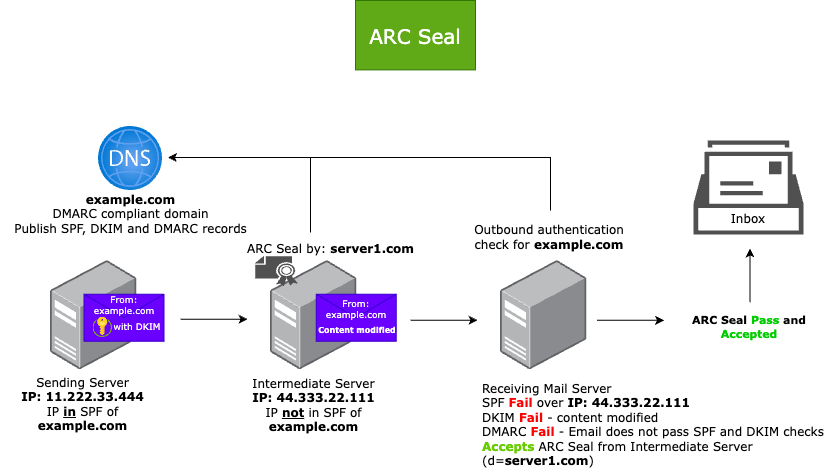
Before: docs/images/arc-explained/arc-visual.png, a diagram exported from draw.io (vand3rlinden/vand3rlinden.github.io). Source tidied: cells renumbered, new cells last; positions are measured from the earlier drawing's top-left corner, leaving out a move shared by most shapes.
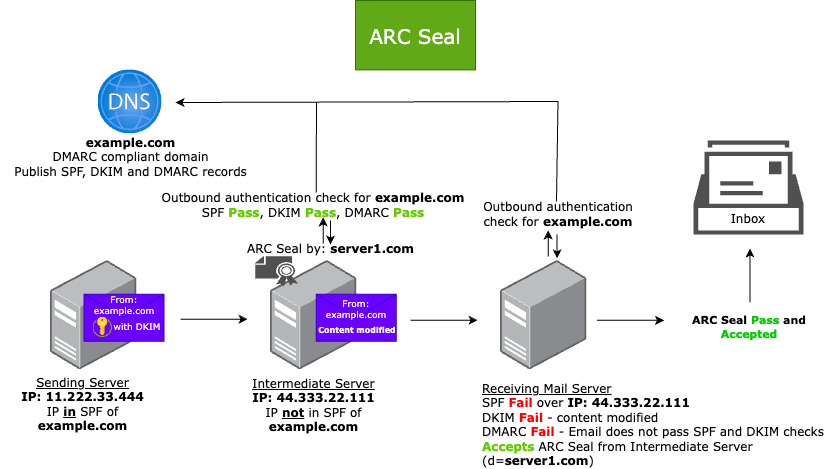
The same file after the commit.

Diff of the diagram source:
```diff
@@ -5,7 +5,7 @@
     <mxCell id="2" value="ARC Seal" style="text;html=1;align=center;verticalAlign=middle;whiteSpace=wrap;rounded=0;fillColor=#60a917;strokeColor=#2D7600;fontColor=#ffffff;fontFamily=Verdana;fontSize=20;" parent="1" vertex="1">
       <mxGeometry x="355" width="120" height="69.4" as="geometry" />
     </mxCell>
-    <mxCell id="3" value="Sending Server &lt;br&gt;&lt;b&gt;IP: 11.222.33.444&lt;/b&gt;&lt;div&gt;IP &lt;b&gt;&lt;u&gt;in&lt;/u&gt;&lt;/b&gt;&amp;nbsp;SPF of &lt;b&gt;example.com&lt;/b&gt;&lt;/div&gt;" style="text;html=1;align=center;verticalAlign=middle;whiteSpace=wrap;rounded=0;fontFamily=Verdana;" parent="1" vertex="1">
+    <mxCell id="3" value="&lt;u&gt;Sending Server &lt;/u&gt;&lt;br&gt;&lt;b&gt;IP: 11.222.33.444&lt;/b&gt;&lt;div&gt;IP &lt;b&gt;&lt;u&gt;in&lt;/u&gt;&lt;/b&gt;&amp;nbsp;SPF of &lt;b&gt;example.com&lt;/b&gt;&lt;/div&gt;" style="text;html=1;align=center;verticalAlign=middle;whiteSpace=wrap;rounded=0;fontFamily=Verdana;" parent="1" vertex="1">
       <mxGeometry x="-0.5" y="389" width="165" height="30" as="geometry" />
     </mxCell>
     <mxCell id="4" style="endArrow=classic;html=1;rounded=0;" parent="1" edge="1">
@@ -20,16 +20,16 @@
     <mxCell id="6" style="image;html=1;align=center;shadow=0;dashed=0;image=img/lib/allied_telesis/computer_and_terminals/Server_Desktop.svg;" parent="1" vertex="1">
       <mxGeometry x="270" y="260" width="86.3" height="109.4" as="geometry" />
     </mxCell>
-    <mxCell id="7" value="Receiving Mail Server&lt;br&gt;SPF &lt;b&gt;&lt;font color=&quot;#ff0000&quot;&gt;Fail&lt;/font&gt;&lt;/b&gt; over&amp;nbsp;&lt;b style=&quot;text-align: center;&quot;&gt;IP: 44.333.22.111&lt;br&gt;&lt;/b&gt;&lt;div&gt;&lt;span style=&quot;text-align: center;&quot;&gt;DKIM &lt;b&gt;&lt;font color=&quot;#ff0000&quot;&gt;Fail&lt;/font&gt;&lt;/b&gt; - content modified&lt;/span&gt;&lt;/div&gt;&lt;div&gt;&lt;span style=&quot;text-align: center;&quot;&gt;DMARC &lt;b&gt;&lt;font color=&quot;#ff0000&quot;&gt;Fail&lt;/font&gt;&lt;/b&gt; - Email does not pass SPF and DKIM checks&lt;/span&gt;&lt;/div&gt;&lt;div&gt;&lt;b&gt;&lt;font color=&quot;#66cc00&quot;&gt;Accepts&lt;/font&gt;&lt;/b&gt; ARC Seal from&amp;nbsp;&lt;span style=&quot;text-align: center;&quot;&gt;Intermediate&amp;nbsp;Server (d=&lt;b&gt;server1.com&lt;/b&gt;&lt;/span&gt;&lt;span style=&quot;color: rgba(0, 0, 0, 0); font-family: monospace; font-size: 0px; text-wrap: nowrap; background-color: initial;&quot;&gt;%3CmxGraphModel%3E%3Croot%3E%3CmxCell%20id%3D%220%22%2F%3E%3CmxCell%20id%3D%221%22%20parent%3D%220%22%2F%3E%3CmxCell%20id%3D%222%22%20value%3D%22%26lt%3Bb%26gt%3Bserver1.com%26lt%3B%2Fb%26gt%3B%22%20style%3D%22text%3Bhtml%3D1%3Balign%3Dcenter%3BverticalAlign%3Dmiddle%3BwhiteSpace%3Dwrap%3Brounded%3D0%3BfontFamily%3DVerdana%3B%22%20vertex%3D%221%22%20parent%3D%221%22%3E%3CmxGeometry%20x%3D%22305%22%20y%3D%22260%22%20width%3D%2260%22%20height%3D%2230%22%20as%3D%22geometry%22%2F%3E%3C%2FmxCell%3E%3C%2Froot%3E%3C%2FmxGraphModel%3Eser&lt;/span&gt;&lt;span style=&quot;text-align: center; background-color: initial;&quot;&gt;)&lt;/span&gt;&lt;/div&gt;" style="text;whiteSpace=wrap;html=1;fontFamily=Verdana;" parent="1" vertex="1">
+    <mxCell id="7" value="&lt;u&gt;Receiving Mail Server&lt;/u&gt;&lt;br&gt;SPF &lt;b&gt;&lt;font color=&quot;#ff0000&quot;&gt;Fail&lt;/font&gt;&lt;/b&gt; over&amp;nbsp;&lt;b style=&quot;text-align: center;&quot;&gt;IP: 44.333.22.111&lt;br&gt;&lt;/b&gt;&lt;div&gt;&lt;span style=&quot;text-align: center;&quot;&gt;DKIM &lt;b&gt;&lt;font color=&quot;#ff0000&quot;&gt;Fail&lt;/font&gt;&lt;/b&gt; - content modified&lt;/span&gt;&lt;/div&gt;&lt;div&gt;&lt;span style=&quot;text-align: center;&quot;&gt;DMARC &lt;b&gt;&lt;font color=&quot;#ff0000&quot;&gt;Fail&lt;/font&gt;&lt;/b&gt; - Email does not pass SPF and DKIM checks&lt;/span&gt;&lt;/div&gt;&lt;div&gt;&lt;b&gt;&lt;font color=&quot;#66cc00&quot;&gt;Accepts&lt;/font&gt;&lt;/b&gt; ARC Seal from&amp;nbsp;&lt;span style=&quot;text-align: center;&quot;&gt;Intermediate&amp;nbsp;Server (d=&lt;b&gt;server1.com&lt;/b&gt;&lt;/span&gt;&lt;span style=&quot;color: rgba(0, 0, 0, 0); font-family: monospace; font-size: 0px; text-wrap: nowrap; background-color: initial;&quot;&gt;%3CmxGraphModel%3E%3Croot%3E%3CmxCell%20id%3D%220%22%2F%3E%3CmxCell%20id%3D%221%22%20parent%3D%220%22%2F%3E%3CmxCell%20id%3D%222%22%20value%3D%22%26lt%3Bb%26gt%3Bserver1.com%26lt%3B%2Fb%26gt%3B%22%20style%3D%22text%3Bhtml%3D1%3Balign%3Dcenter%3BverticalAlign%3Dmiddle%3BwhiteSpace%3Dwrap%3Brounded%3D0%3BfontFamily%3DVerdana%3B%22%20vertex%3D%221%22%20parent%3D%221%22%3E%3CmxGeometry%20x%3D%22305%22%20y%3D%22260%22%20width%3D%2260%22%20height%3D%2230%22%20as%3D%22geometry%22%2F%3E%3C%2FmxCell%3E%3C%2Froot%3E%3C%2FmxGraphModel%3Eser&lt;/span&gt;&lt;span style=&quot;text-align: center; background-color: initial;&quot;&gt;)&lt;/span&gt;&lt;/div&gt;" style="text;whiteSpace=wrap;html=1;fontFamily=Verdana;" parent="1" vertex="1">
       <mxGeometry x="480" y="375.4" width="350" height="40" as="geometry" />
     </mxCell>
     <mxCell id="8" style="image;html=1;align=center;fontSize=12;image=img/lib/azure2/networking/DNS_Zones.svg;" parent="1" vertex="1">
-      <mxGeometry x="98" y="126" width="64" height="64" as="geometry" />
+      <mxGeometry x="97.5" y="69.4" width="64" height="64" as="geometry" />
     </mxCell>
     <mxCell id="9" value="&lt;b&gt;example.com&lt;/b&gt;&lt;br&gt;DMARC compliant domain&lt;br&gt;Publish SPF, DKIM and DMARC records" style="text;html=1;align=center;verticalAlign=middle;strokeColor=none;fillColor=none;fontFamily=Verdana;" parent="1" vertex="1">
-      <mxGeometry y="184" width="260" height="60" as="geometry" />
+      <mxGeometry x="-0.5" y="127.4" width="260" height="60" as="geometry" />
     </mxCell>
-    <mxCell id="10" value="Intermediate&amp;nbsp;Server &lt;br&gt;&lt;b&gt;IP: 44.333.22.111&lt;/b&gt;&lt;div&gt;IP &lt;b&gt;&lt;u&gt;not&lt;/u&gt;&lt;/b&gt;&amp;nbsp;in SPF of &lt;b&gt;example.com&lt;/b&gt;&lt;/div&gt;" style="text;html=1;align=center;verticalAlign=middle;whiteSpace=wrap;rounded=0;fontFamily=Verdana;" parent="1" vertex="1">
+    <mxCell id="10" value="&lt;u&gt;Intermediate&amp;nbsp;Server &lt;/u&gt;&lt;br&gt;&lt;b&gt;IP: 44.333.22.111&lt;/b&gt;&lt;div&gt;IP &lt;b&gt;&lt;u&gt;not&lt;/u&gt;&lt;/b&gt;&amp;nbsp;in SPF of &lt;b&gt;example.com&lt;/b&gt;&lt;/div&gt;" style="text;html=1;align=center;verticalAlign=middle;whiteSpace=wrap;rounded=0;fontFamily=Verdana;" parent="1" vertex="1">
       <mxGeometry x="230.7" y="390" width="165" height="30" as="geometry" />
     </mxCell>
     <mxCell id="11" style="shape=message;html=1;html=1;labelPosition=center;verticalLabelPosition=bottom;align=center;verticalAlign=top;fillColor=#6a00ff;fontColor=#ffffff;strokeColor=#3700CC;" parent="1" vertex="1">
@@ -63,14 +63,14 @@
       </mxGeometry>
     </mxCell>
     <mxCell id="20" value="Outbound authentication check for &lt;b&gt;example.com&lt;/b&gt;" style="text;html=1;align=center;verticalAlign=middle;whiteSpace=wrap;rounded=0;fontFamily=Verdana;" parent="1" vertex="1">
-      <mxGeometry x="462" y="222" width="173.7" height="30" as="geometry" />
+      <mxGeometry x="471.2" y="199" width="173.7" height="30" as="geometry" />
     </mxCell>
     <mxCell id="21" style="endArrow=classic;html=1;rounded=0;" parent="1" edge="1">
       <mxGeometry relative="1" as="geometry">
-        <mxPoint x="550" y="210" as="sourcePoint" />
-        <mxPoint x="167.5" y="157" as="targetPoint" />
+        <mxPoint x="556" y="201" as="sourcePoint" />
+        <mxPoint x="175" y="102" as="targetPoint" />
         <Array as="points">
-          <mxPoint x="550" y="157" />
+          <mxPoint x="557.5" y="101" />
         </Array>
       </mxGeometry>
     </mxCell>
@@ -101,11 +101,38 @@
         <mxPoint x="749.5" y="248" as="targetPoint" />
       </mxGeometry>
     </mxCell>
-    <mxCell id="29" style="endArrow=none;html=1;rounded=0;" parent="1" edge="1">
-      <mxGeometry relative="1" as="geometry">
-        <mxPoint x="310" y="232" as="sourcePoint" />
-        <mxPoint x="310" y="157" as="targetPoint" />
-      </mxGeometry>
-    </mxCell>
+    <mxCell id="30" value="Outbound authentication check for &lt;b&gt;example.com&lt;/b&gt;&lt;div&gt;SPF &lt;b&gt;&lt;font color=&quot;#66cc00&quot;&gt;Pass&lt;/font&gt;&lt;/b&gt;, DKIM &lt;b&gt;&lt;font color=&quot;#66cc00&quot;&gt;Pass&lt;/font&gt;&lt;/b&gt;, DMARC &lt;b&gt;&lt;font color=&quot;#66cc00&quot;&gt;Pass&lt;/font&gt;&lt;/b&gt;&lt;/div&gt;" style="text;html=1;align=center;verticalAlign=middle;whiteSpace=wrap;rounded=0;fontFamily=Verdana;" parent="1" vertex="1">
+      <mxGeometry x="155.1" y="190" width="316.2" height="30" as="geometry" />
+    </mxCell>
+    <mxCell id="31" style="endArrow=classic;html=1;rounded=0;" parent="1" edge="1">
+      <mxGeometry relative="1" as="geometry">
+        <mxPoint x="330" y="220" as="sourcePoint" />
+        <mxPoint x="330" y="244" as="targetPoint" />
+      </mxGeometry>
+    </mxCell>
+    <mxCell id="32" style="endArrow=classic;html=1;rounded=0;" parent="1" edge="1">
+      <mxGeometry relative="1" as="geometry">
+        <mxPoint x="322.6" y="243" as="sourcePoint" />
+        <mxPoint x="322.6" y="217" as="targetPoint" />
+      </mxGeometry>
+    </mxCell>
+    <mxCell id="33" style="endArrow=none;html=1;rounded=0;" parent="1" edge="1">
+      <mxGeometry relative="1" as="geometry">
+        <mxPoint x="315.6" y="192" as="sourcePoint" />
+        <mxPoint x="316" y="102" as="targetPoint" />
+      </mxGeometry>
+    </mxCell>
+    <mxCell id="34" style="endArrow=classic;html=1;rounded=0;" parent="1" edge="1">
+      <mxGeometry relative="1" as="geometry">
+        <mxPoint x="556.6" y="234" as="sourcePoint" />
+        <mxPoint x="556.6" y="258" as="targetPoint" />
+      </mxGeometry>
+    </mxCell>
+    <mxCell id="35" style="endArrow=classic;html=1;rounded=0;" parent="1" edge="1">
+      <mxGeometry relative="1" as="geometry">
+        <mxPoint x="547.6" y="256" as="sourcePoint" />
+        <mxPoint x="547.6" y="230" as="targetPoint" />
+      </mxGeometry>
+    </mxCell>
   </root>
 </mxGraphModel>
```
